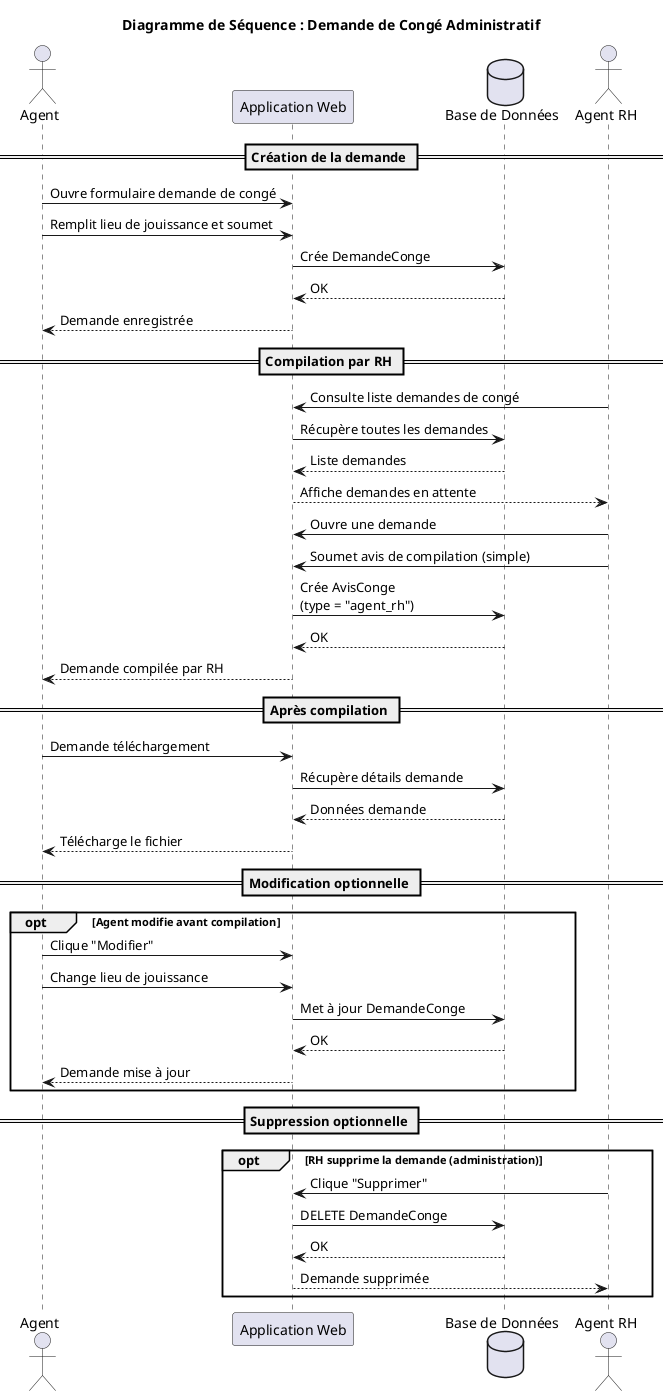
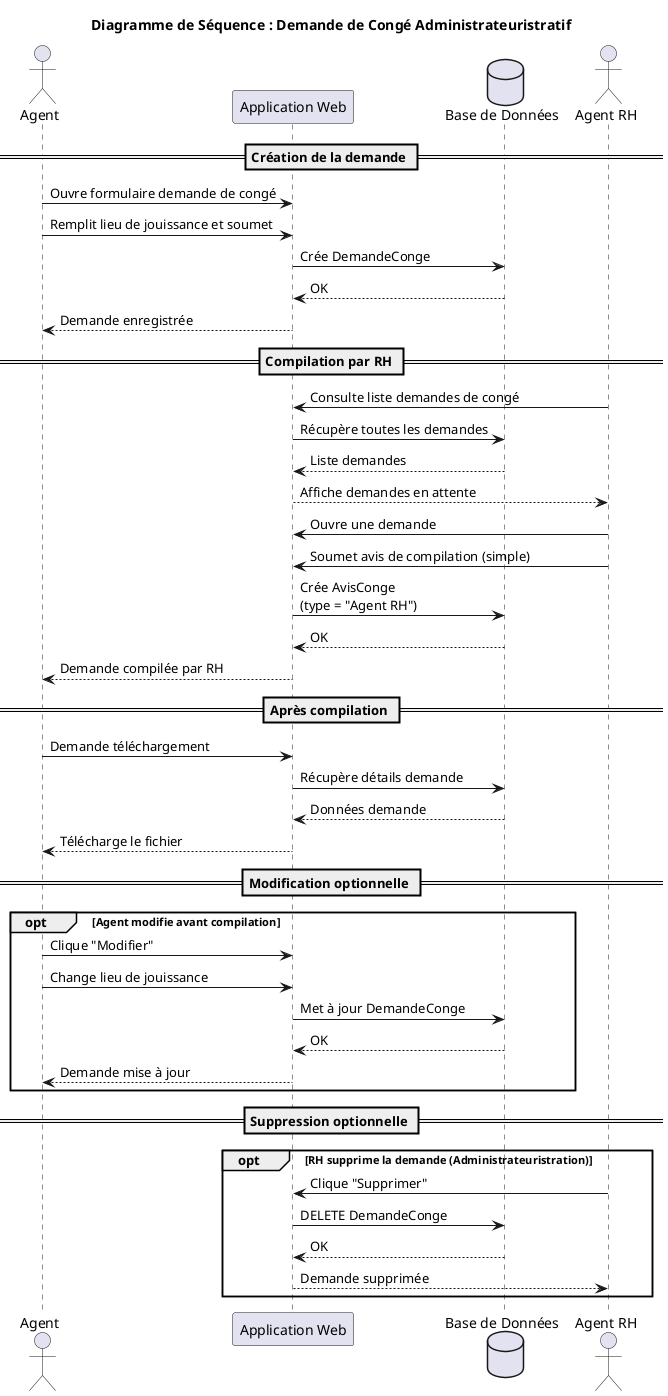
@startuml Sequence_Demande_Conge
- title Diagramme de Séquence : Demande de Congé Administratif
+ title Diagramme de Séquence : Demande de Congé Administrateuristratif

actor Agent
participant "Application Web" as App
database "Base de Données" as DB
actor "Agent RH" as RH

== Création de la demande ==
Agent -> App: Ouvre formulaire demande de congé
Agent -> App: Remplit lieu de jouissance et soumet
App -> DB: Crée DemandeConge
DB --> App: OK
App --> Agent: Demande enregistrée

== Compilation par RH ==
RH -> App: Consulte liste demandes de congé
App -> DB: Récupère toutes les demandes
DB --> App: Liste demandes
App --> RH: Affiche demandes en attente

RH -> App: Ouvre une demande
RH -> App: Soumet avis de compilation (simple)
- App -> DB: Crée AvisConge\n(type = "agent_rh")
+ App -> DB: Crée AvisConge\n(type = "Agent RH")
DB --> App: OK
App --> Agent: Demande compilée par RH

== Après compilation ==
Agent -> App: Demande téléchargement
App -> DB: Récupère détails demande
DB --> App: Données demande
App --> Agent: Télécharge le fichier

== Modification optionnelle ==
opt Agent modifie avant compilation
    Agent -> App: Clique "Modifier"
    Agent -> App: Change lieu de jouissance
    App -> DB: Met à jour DemandeConge
    DB --> App: OK
    App --> Agent: Demande mise à jour
end

== Suppression optionnelle ==
- opt RH supprime la demande (administration)
+ opt RH supprime la demande (Administrateuristration)
    RH -> App: Clique "Supprimer"
    App -> DB: DELETE DemandeConge
    DB --> App: OK
    App --> RH: Demande supprimée
end

@enduml